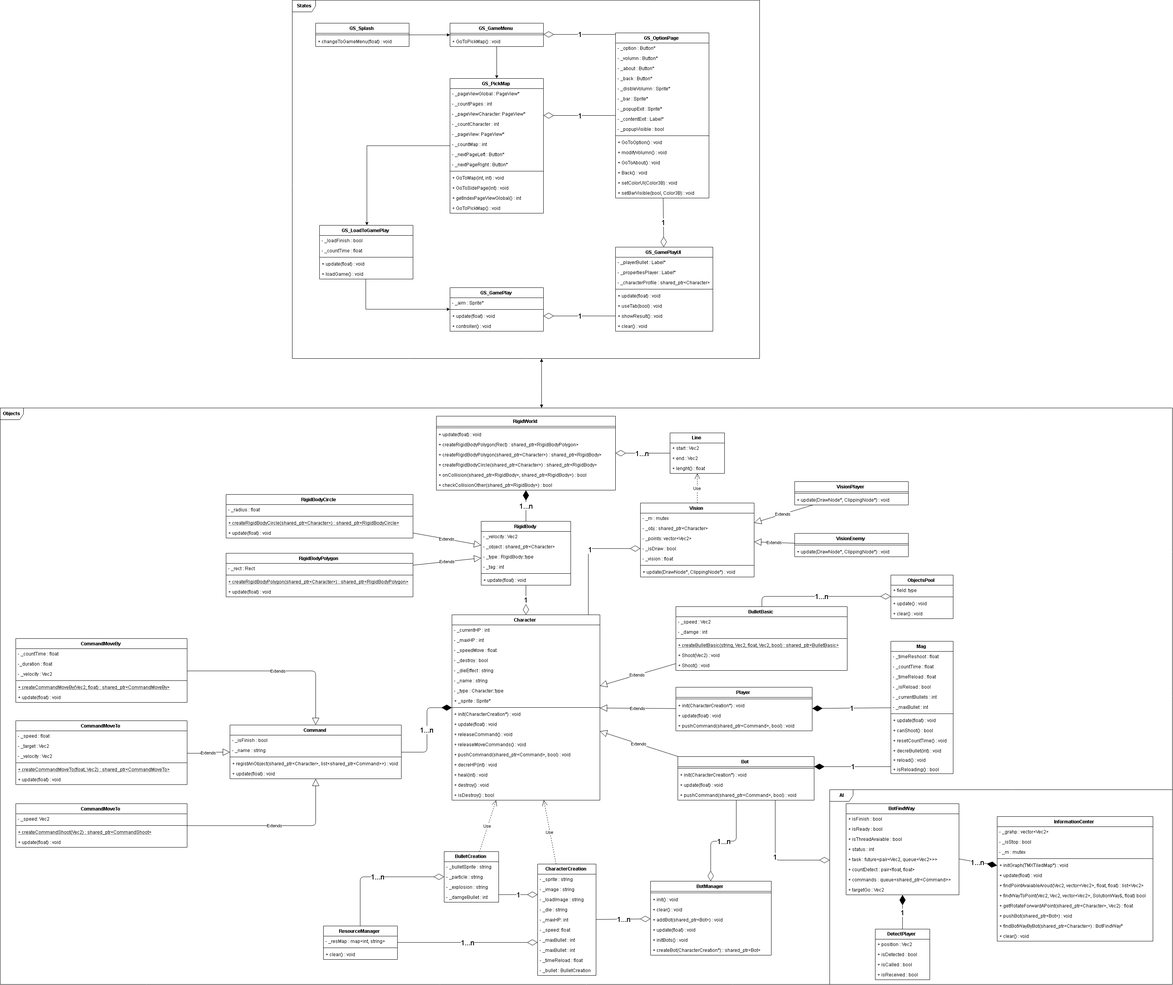
Before: Docs/ClassDiagram.png, a diagram exported from draw.io (khanhdrag9/Cocos2dx-ICG-ShooterTopDown). Source tidied: cells renumbered, new cells last; positions are measured from the earlier drawing's top-left corner, leaving out a move shared by most shapes.
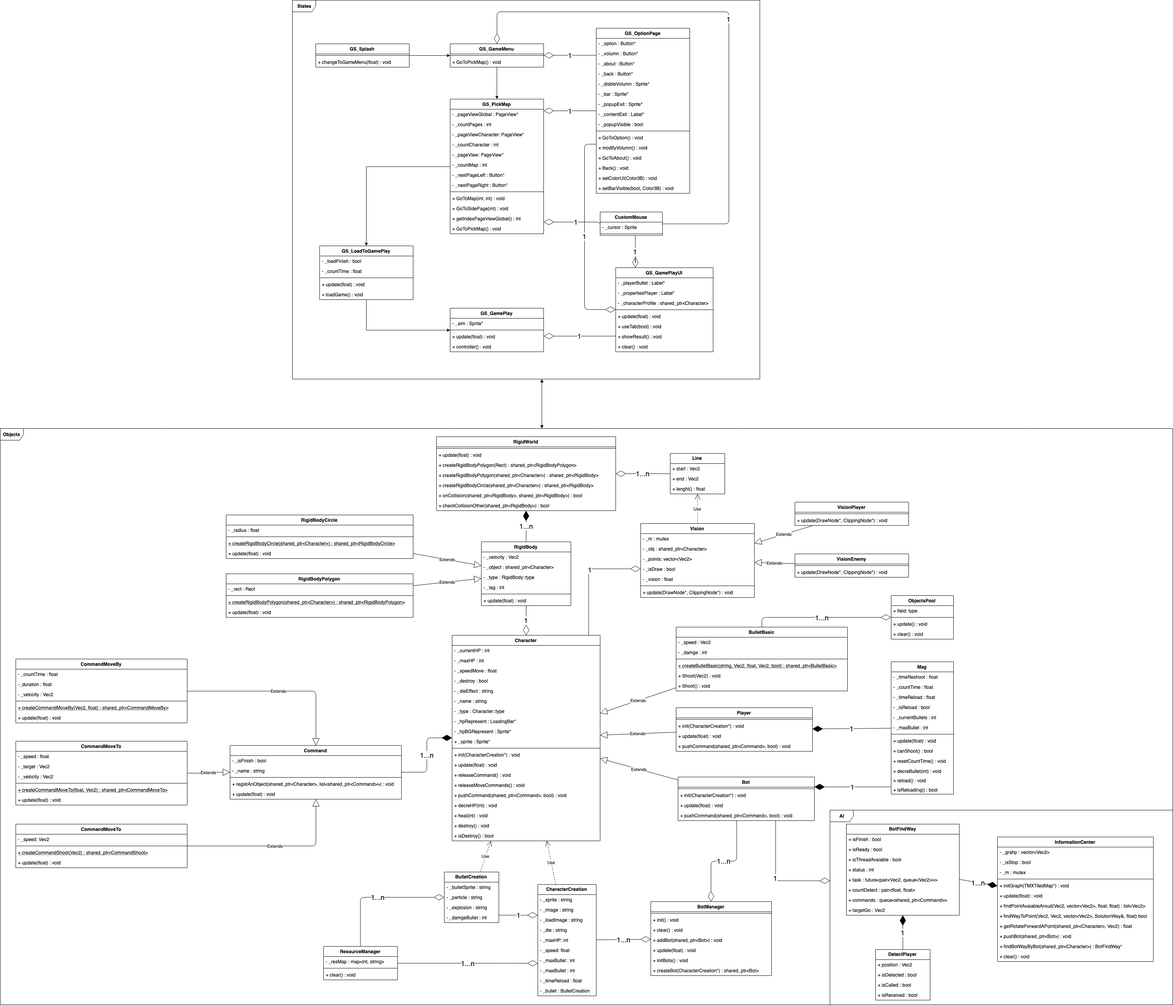
Later version of the same file.

What changed in the source:
```diff
@@ -3,7 +3,7 @@
     <mxCell id="0" />
     <mxCell id="1" parent="0" />
     <mxCell id="2" value="&lt;b&gt;States&lt;/b&gt;" style="shape=umlFrame;whiteSpace=wrap;html=1;gradientColor=none;" parent="1" vertex="1">
-      <mxGeometry x="750" width="1200" height="920" as="geometry" />
+      <mxGeometry x="750" y="-53" width="1200" height="973" as="geometry" />
     </mxCell>
     <mxCell id="3" value="&lt;b&gt;Objects&lt;/b&gt;" style="shape=umlFrame;whiteSpace=wrap;html=1;gradientColor=none;" parent="1" vertex="1">
       <mxGeometry y="1047" width="3010" height="1480" as="geometry" />
@@ -12,7 +12,7 @@
       <mxGeometry x="2130" y="2027" width="880" height="500" as="geometry" />
     </mxCell>
     <mxCell id="5" value="Character" style="swimlane;fontStyle=1;align=center;verticalAlign=top;horizontal=1;startSize=26;" parent="1" vertex="1">
-      <mxGeometry x="1160" y="1578" width="380" height="476" as="geometry" />
+      <mxGeometry x="1160" y="1578" width="380" height="528" as="geometry" />
     </mxCell>
     <mxCell id="6" value="- _currentHP : int" style="text;strokeColor=none;fillColor=none;align=left;verticalAlign=top;spacingLeft=4;spacingRight=4;overflow=hidden;" parent="5" vertex="1">
       <mxGeometry y="26" width="380" height="26" as="geometry" />
@@ -35,38 +35,44 @@
     <mxCell id="12" value="- _type : Character::type" style="text;strokeColor=none;fillColor=none;align=left;verticalAlign=top;spacingLeft=4;spacingRight=4;overflow=hidden;" parent="5" vertex="1">
       <mxGeometry y="182" width="380" height="26" as="geometry" />
     </mxCell>
+    <mxCell id="279" value="- _hpRepresent : LoadingBar*" style="text;strokeColor=none;fillColor=none;align=left;verticalAlign=top;spacingLeft=4;spacingRight=4;overflow=hidden;" parent="5" vertex="1">
+      <mxGeometry y="208" width="380" height="26" as="geometry" />
+    </mxCell>
+    <mxCell id="280" value="- _hpBGRepresent : Sprite*" style="text;strokeColor=none;fillColor=none;align=left;verticalAlign=top;spacingLeft=4;spacingRight=4;overflow=hidden;" parent="5" vertex="1">
+      <mxGeometry y="234" width="380" height="26" as="geometry" />
+    </mxCell>
     <mxCell id="13" value="+ _sprite : Sprite*" style="text;strokeColor=none;fillColor=none;align=left;verticalAlign=top;spacingLeft=4;spacingRight=4;overflow=hidden;" parent="5" vertex="1">
-      <mxGeometry y="208" width="380" height="26" as="geometry" />
+      <mxGeometry y="260" width="380" height="26" as="geometry" />
     </mxCell>
     <mxCell id="14" style="line;strokeWidth=1;fillColor=none;align=left;verticalAlign=middle;spacingTop=-1;spacingLeft=3;spacingRight=3;labelPosition=right;" parent="5" vertex="1">
-      <mxGeometry y="234" width="380" height="8" as="geometry" />
+      <mxGeometry y="286" width="380" height="8" as="geometry" />
     </mxCell>
     <mxCell id="15" value="+ init(CharacterCreation*) : void" style="text;strokeColor=none;fillColor=none;align=left;verticalAlign=top;spacingLeft=4;spacingRight=4;overflow=hidden;" parent="5" vertex="1">
-      <mxGeometry y="242" width="380" height="26" as="geometry" />
+      <mxGeometry y="294" width="380" height="26" as="geometry" />
     </mxCell>
     <mxCell id="16" value="+ update(float) : void" style="text;strokeColor=none;fillColor=none;align=left;verticalAlign=top;spacingLeft=4;spacingRight=4;overflow=hidden;" parent="5" vertex="1">
-      <mxGeometry y="268" width="380" height="26" as="geometry" />
+      <mxGeometry y="320" width="380" height="26" as="geometry" />
     </mxCell>
     <mxCell id="17" value="+ releaseCommand() : void" style="text;strokeColor=none;fillColor=none;align=left;verticalAlign=top;spacingLeft=4;spacingRight=4;overflow=hidden;" parent="5" vertex="1">
-      <mxGeometry y="294" width="380" height="26" as="geometry" />
+      <mxGeometry y="346" width="380" height="26" as="geometry" />
     </mxCell>
     <mxCell id="18" value="+ releaseMoveCommands() : void" style="text;strokeColor=none;fillColor=none;align=left;verticalAlign=top;spacingLeft=4;spacingRight=4;overflow=hidden;" parent="5" vertex="1">
-      <mxGeometry y="320" width="380" height="26" as="geometry" />
+      <mxGeometry y="372" width="380" height="26" as="geometry" />
     </mxCell>
     <mxCell id="19" value="+ pushCommand(shared_ptr&lt;Command&gt;, bool) : void" style="text;strokeColor=none;fillColor=none;align=left;verticalAlign=top;spacingLeft=4;spacingRight=4;overflow=hidden;" parent="5" vertex="1">
-      <mxGeometry y="346" width="380" height="26" as="geometry" />
+      <mxGeometry y="398" width="380" height="26" as="geometry" />
     </mxCell>
     <mxCell id="20" value="+ decreHP(int) : void" style="text;strokeColor=none;fillColor=none;align=left;verticalAlign=top;spacingLeft=4;spacingRight=4;overflow=hidden;" parent="5" vertex="1">
-      <mxGeometry y="372" width="380" height="26" as="geometry" />
+      <mxGeometry y="424" width="380" height="26" as="geometry" />
     </mxCell>
     <mxCell id="21" value="+ heal(int) : void" style="text;strokeColor=none;fillColor=none;align=left;verticalAlign=top;spacingLeft=4;spacingRight=4;overflow=hidden;" parent="5" vertex="1">
-      <mxGeometry y="398" width="380" height="26" as="geometry" />
+      <mxGeometry y="450" width="380" height="26" as="geometry" />
     </mxCell>
     <mxCell id="22" value="+ destroy() : void" style="text;strokeColor=none;fillColor=none;align=left;verticalAlign=top;spacingLeft=4;spacingRight=4;overflow=hidden;" parent="5" vertex="1">
-      <mxGeometry y="424" width="380" height="26" as="geometry" />
+      <mxGeometry y="476" width="380" height="26" as="geometry" />
     </mxCell>
     <mxCell id="23" value="+ isDestroy() : bool" style="text;strokeColor=none;fillColor=none;align=left;verticalAlign=top;spacingLeft=4;spacingRight=4;overflow=hidden;" parent="5" vertex="1">
-      <mxGeometry y="450" width="380" height="26" as="geometry" />
+      <mxGeometry y="502" width="380" height="26" as="geometry" />
     </mxCell>
     <mxCell id="24" value="Bot" style="swimlane;fontStyle=1;align=center;verticalAlign=top;horizontal=1;startSize=26;" parent="1" vertex="1">
       <mxGeometry x="1740" y="1942" width="350" height="112" as="geometry" />
@@ -696,7 +702,7 @@
       <mxGeometry y="34" width="240" height="26" as="geometry" />
     </mxCell>
     <mxCell id="221" value="GS_OptionPage" style="swimlane;fontStyle=1;align=center;verticalAlign=top;horizontal=1;startSize=26;gradientColor=none;" parent="1" vertex="1">
-      <mxGeometry x="1580" y="84" width="240" height="424" as="geometry" />
+      <mxGeometry x="1530" y="19" width="240" height="424" as="geometry" />
     </mxCell>
     <mxCell id="222" value="- _option : Button*" style="text;strokeColor=none;fillColor=none;align=left;verticalAlign=top;spacingLeft=4;spacingRight=4;overflow=hidden;" parent="221" vertex="1">
       <mxGeometry y="26" width="240" height="26" as="geometry" />
@@ -749,8 +755,8 @@
     <mxCell id="238" value="&lt;font style=&quot;font-size: 18px&quot;&gt;1&lt;/font&gt;" style="endArrow=diamondThin;endFill=0;endSize=24;html=1;edgeStyle=orthogonalEdgeStyle;" parent="1" edge="1" source="221" target="218">
       <mxGeometry relative="1" as="geometry">
         <Array as="points">
-          <mxPoint x="1540" y="89" />
-          <mxPoint x="1540" y="89" />
+          <mxPoint x="1480" y="89" />
+          <mxPoint x="1480" y="89" />
         </Array>
       </mxGeometry>
     </mxCell>
@@ -849,8 +855,13 @@
     <mxCell id="268" value="+ clear() : void" style="text;strokeColor=none;fillColor=none;align=left;verticalAlign=top;spacingLeft=4;spacingRight=4;overflow=hidden;" parent="260" vertex="1">
       <mxGeometry y="190" width="250" height="26" as="geometry" />
     </mxCell>
-    <mxCell id="269" value="&lt;font style=&quot;font-size: 18px&quot;&gt;1&lt;/font&gt;" style="endArrow=diamondThin;endFill=0;endSize=24;html=1;" parent="1" edge="1" source="221" target="260">
-      <mxGeometry relative="1" as="geometry" />
+    <mxCell id="269" value="&lt;font style=&quot;font-size: 18px&quot;&gt;1&lt;/font&gt;" style="endArrow=diamondThin;endFill=0;endSize=24;html=1;edgeStyle=orthogonalEdgeStyle;" parent="1" edge="1" source="221" target="260">
+      <mxGeometry relative="1" as="geometry">
+        <Array as="points">
+          <mxPoint x="1500" y="317" />
+          <mxPoint x="1500" y="741" />
+        </Array>
+      </mxGeometry>
     </mxCell>
     <mxCell id="270" value="&lt;font style=&quot;font-size: 18px&quot;&gt;1&lt;/font&gt;" style="endArrow=diamondThin;endFill=0;endSize=24;html=1;edgeStyle=orthogonalEdgeStyle;" parent="1" edge="1" source="260" target="255">
       <mxGeometry relative="1" as="geometry">
@@ -893,5 +904,39 @@
         </Array>
       </mxGeometry>
     </mxCell>
+    <mxCell id="281" value="CustomMouse" style="swimlane;fontStyle=1;align=center;verticalAlign=top;horizontal=1;startSize=26;" parent="1" vertex="1">
+      <mxGeometry x="1540" y="491" width="160" height="60" as="geometry" />
+    </mxCell>
+    <mxCell id="282" value="- _cursor : Sprite" style="text;strokeColor=none;fillColor=none;align=left;verticalAlign=top;spacingLeft=4;spacingRight=4;overflow=hidden;" parent="281" vertex="1">
+      <mxGeometry y="26" width="160" height="26" as="geometry" />
+    </mxCell>
+    <mxCell id="283" style="line;strokeWidth=1;fillColor=none;align=left;verticalAlign=middle;spacingTop=-1;spacingLeft=3;spacingRight=3;labelPosition=right;" parent="281" vertex="1">
+      <mxGeometry y="52" width="160" height="8" as="geometry" />
+    </mxCell>
+    <mxCell id="284" value="&lt;font style=&quot;font-size: 18px&quot;&gt;1&lt;/font&gt;" style="endArrow=diamondThin;endFill=0;endSize=24;html=1;edgeStyle=orthogonalEdgeStyle;" parent="1" edge="1" source="281" target="240">
+      <mxGeometry relative="1" as="geometry">
+        <Array as="points">
+          <mxPoint x="1540" y="538" />
+          <mxPoint x="1540" y="517" />
+        </Array>
+      </mxGeometry>
+    </mxCell>
+    <mxCell id="285" value="&lt;font style=&quot;font-size: 18px&quot;&gt;1&lt;/font&gt;" style="endArrow=diamondThin;endFill=0;endSize=24;html=1;edgeStyle=orthogonalEdgeStyle;" parent="1" edge="1" source="281" target="260">
+      <mxGeometry relative="1" as="geometry">
+        <Array as="points">
+          <mxPoint x="1630" y="627" />
+          <mxPoint x="1630" y="627" />
+        </Array>
+      </mxGeometry>
+    </mxCell>
+    <mxCell id="286" value="&lt;font style=&quot;font-size: 18px&quot;&gt;1&lt;/font&gt;" style="endArrow=diamondThin;endFill=0;endSize=24;html=1;edgeStyle=orthogonalEdgeStyle;" parent="1" edge="1" source="281" target="218">
+      <mxGeometry relative="1" as="geometry">
+        <Array as="points">
+          <mxPoint x="1870" y="521" />
+          <mxPoint x="1870" y="-23" />
+          <mxPoint x="1275" y="-23" />
+        </Array>
+      </mxGeometry>
+    </mxCell>
   </root>
 </mxGraphModel>
```
